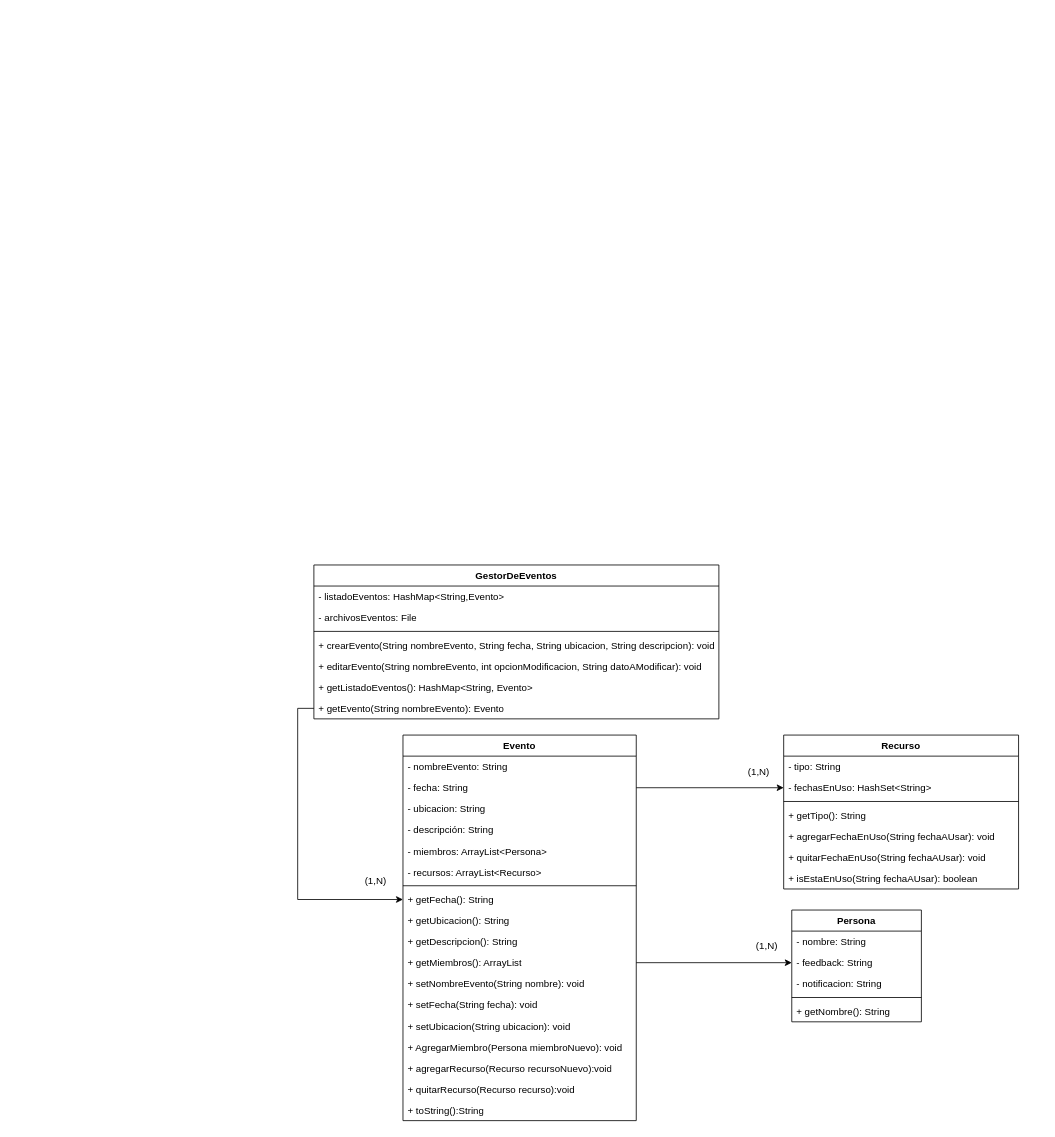
1tiagovalentini/TPO-INTEGRAL-POO keeps this draw.io diagram as DiagramaDeClases.drawio. Above is the earlier version. Source tidied: cells renumbered, new cells numbered last; positions are measured from the earlier drawing's top-left corner, leaving out a move shared by most shapes. Both pictures are drawn from the tidied source at 81%, with x=0, y=0 at pixel (313, 565).
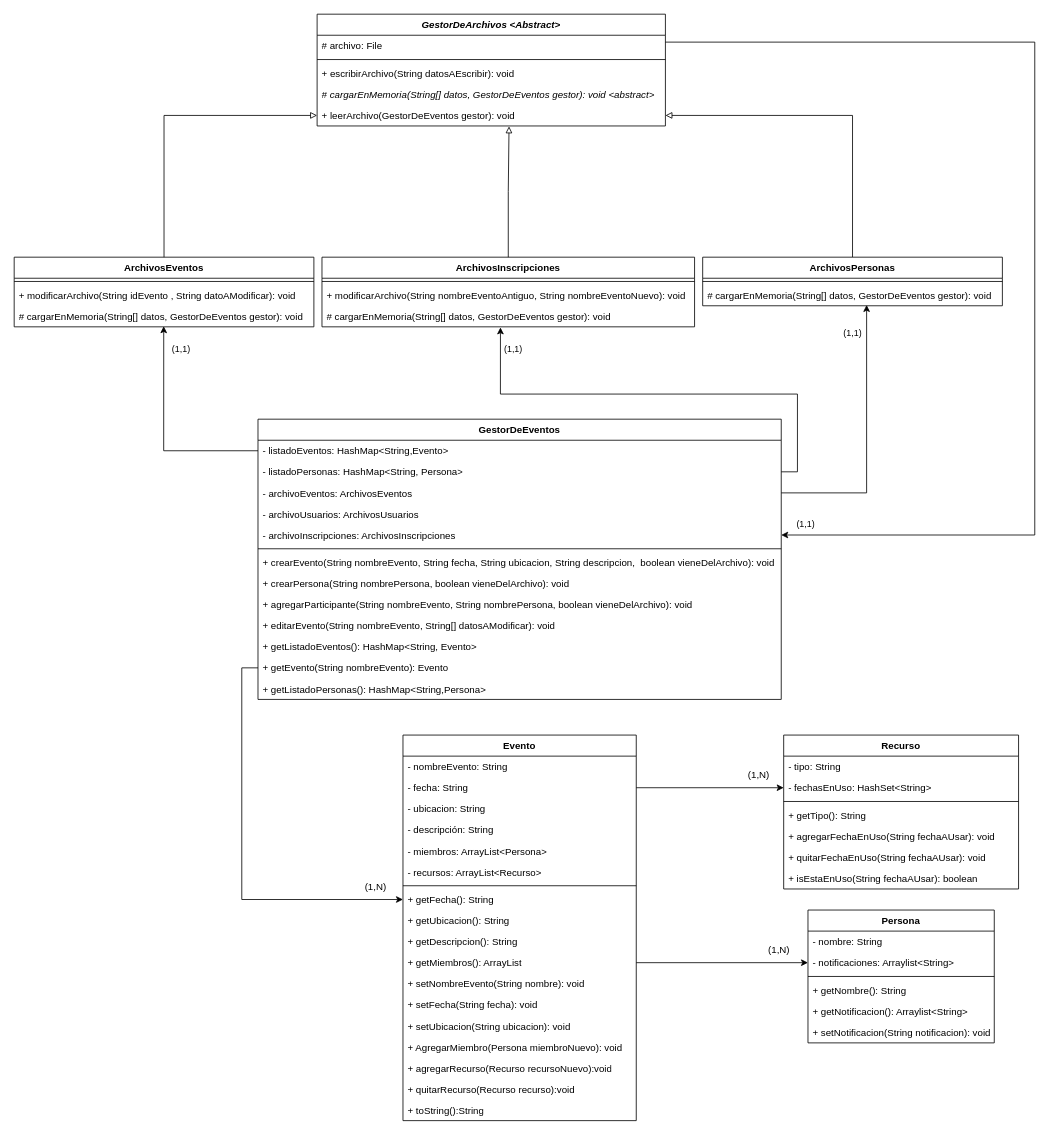
The same diagram, later.

Unchanged cells that the change refers to:
```xml
<mxCell id="13" value="+ getMiembros(): ArrayList" style="text;strokeColor=none;fillColor=none;align=left;verticalAlign=top;spacingLeft=4;spacingRight=4;overflow=hidden;points=[[0,0.5],[1,0.5]];portConstraint=eastwest;whiteSpace=wrap;html=1;" parent="2" vertex="1">
  <mxGeometry y="268" width="288" height="26" as="geometry" />
</mxCell>
```

The edit, as a diff of the source:
```diff
@@
     <mxCell id="21" value="Persona" style="swimlane;fontStyle=1;align=center;verticalAlign=top;horizontal=1;startSize=26;whiteSpace=wrap;html=1;" parent="1" vertex="1">
-      <mxGeometry x="590" y="426" width="160" height="138" as="geometry" />
+      <mxGeometry x="610" y="426" width="230" height="164" as="geometry" />
     </mxCell>
     <mxCell id="22" value="- nombre: String" style="text;strokeColor=none;fillColor=none;align=left;verticalAlign=top;spacingLeft=4;spacingRight=4;overflow=hidden;whiteSpace=wrap;html=1;" parent="21" vertex="1">
-      <mxGeometry y="26" width="160" height="26" as="geometry" />
+      <mxGeometry y="26" width="230" height="26" as="geometry" />
     </mxCell>
-    <mxCell id="23" value="- feedback: String" style="text;strokeColor=none;fillColor=none;align=left;verticalAlign=top;spacingLeft=4;spacingRight=4;overflow=hidden;points=[[0,0.5],[1,0.5]];portConstraint=eastwest;whiteSpace=wrap;html=1;" parent="21" vertex="1">
-      <mxGeometry y="52" width="160" height="26" as="geometry" />
-    </mxCell>
-    <mxCell id="24" value="- notificacion: String" style="text;strokeColor=none;fillColor=none;align=left;verticalAlign=top;spacingLeft=4;spacingRight=4;overflow=hidden;points=[[0,0.5],[1,0.5]];portConstraint=eastwest;whiteSpace=wrap;html=1;" parent="21" vertex="1">
-      <mxGeometry y="78" width="160" height="26" as="geometry" />
+    <mxCell id="24" value="- notificaciones: Arraylist&amp;lt;String&amp;gt;" style="text;strokeColor=none;fillColor=none;align=left;verticalAlign=top;spacingLeft=4;spacingRight=4;overflow=hidden;points=[[0,0.5],[1,0.5]];portConstraint=eastwest;whiteSpace=wrap;html=1;" parent="21" vertex="1">
+      <mxGeometry y="52" width="230" height="26" as="geometry" />
     </mxCell>
     <mxCell id="25" style="line;strokeWidth=1;fillColor=none;align=left;verticalAlign=middle;spacingTop=-1;spacingLeft=3;spacingRight=3;labelPosition=right;strokeColor=inherit;" parent="21" vertex="1">
-      <mxGeometry y="104" width="160" height="8" as="geometry" />
+      <mxGeometry y="78" width="230" height="8" as="geometry" />
     </mxCell>
     <mxCell id="26" value="+ getNombre(): String" style="text;strokeColor=none;fillColor=none;align=left;verticalAlign=top;spacingLeft=4;spacingRight=4;overflow=hidden;whiteSpace=wrap;html=1;" parent="21" vertex="1">
-      <mxGeometry y="112" width="160" height="26" as="geometry" />
+      <mxGeometry y="86" width="230" height="26" as="geometry" />
     </mxCell>
+    <mxCell id="49" value="+ getNotificacion(): Arraylist&amp;lt;String&amp;gt;" style="text;strokeColor=none;fillColor=none;align=left;verticalAlign=top;spacingLeft=4;spacingRight=4;overflow=hidden;whiteSpace=wrap;html=1;" parent="21" vertex="1">
+      <mxGeometry y="112" width="230" height="26" as="geometry" />
+    </mxCell>
+    <mxCell id="50" value="+ setNotificacion(String notificacion): void" style="text;strokeColor=none;fillColor=none;align=left;verticalAlign=top;spacingLeft=4;spacingRight=4;overflow=hidden;whiteSpace=wrap;html=1;" parent="21" vertex="1">
+      <mxGeometry y="138" width="230" height="26" as="geometry" />
+    </mxCell>
@@
     <mxCell id="36" value="GestorDeEventos" style="swimlane;fontStyle=1;align=center;verticalAlign=top;horizontal=1;startSize=26;whiteSpace=wrap;html=1;" parent="1" vertex="1">
-      <mxGeometry width="500" height="190" as="geometry" />
+      <mxGeometry x="-69" y="-180" width="646" height="346" as="geometry" />
     </mxCell>
     <mxCell id="37" value="- listadoEventos: HashMap&amp;lt;String,Evento&amp;gt;" style="text;strokeColor=none;fillColor=none;align=left;verticalAlign=top;spacingLeft=4;spacingRight=4;overflow=hidden;points=[[0,0.5],[1,0.5]];portConstraint=eastwest;whiteSpace=wrap;html=1;" parent="36" vertex="1">
-      <mxGeometry y="26" width="500" height="26" as="geometry" />
+      <mxGeometry y="26" width="646" height="26" as="geometry" />
     </mxCell>
+    <mxCell id="51" value="- listadoPersonas: HashMap&amp;lt;String, Persona&amp;gt;" style="text;strokeColor=none;fillColor=none;align=left;verticalAlign=top;spacingLeft=4;spacingRight=4;overflow=hidden;points=[[0,0.5],[1,0.5]];portConstraint=eastwest;whiteSpace=wrap;html=1;" parent="36" vertex="1">
+      <mxGeometry y="52" width="646" height="26" as="geometry" />
+    </mxCell>
-    <mxCell id="38" value="- archivosEventos: File" style="text;strokeColor=none;fillColor=none;align=left;verticalAlign=top;spacingLeft=4;spacingRight=4;overflow=hidden;points=[[0,0.5],[1,0.5]];portConstraint=eastwest;whiteSpace=wrap;html=1;" parent="36" vertex="1">
-      <mxGeometry y="52" width="500" height="26" as="geometry" />
+    <mxCell id="38" value="- archivoEventos: ArchivosEventos" style="text;strokeColor=none;fillColor=none;align=left;verticalAlign=top;spacingLeft=4;spacingRight=4;overflow=hidden;points=[[0,0.5],[1,0.5]];portConstraint=eastwest;whiteSpace=wrap;html=1;" parent="36" vertex="1">
+      <mxGeometry y="78" width="646" height="26" as="geometry" />
     </mxCell>
+    <mxCell id="52" value="- archivoUsuarios: ArchivosUsuarios" style="text;strokeColor=none;fillColor=none;align=left;verticalAlign=top;spacingLeft=4;spacingRight=4;overflow=hidden;whiteSpace=wrap;html=1;" parent="36" vertex="1">
+      <mxGeometry y="104" width="646" height="26" as="geometry" />
+    </mxCell>
+    <mxCell id="53" value="- archivoInscripciones: ArchivosInscripciones" style="text;strokeColor=none;fillColor=none;align=left;verticalAlign=top;spacingLeft=4;spacingRight=4;overflow=hidden;points=[[0,0.5],[1,0.5]];portConstraint=eastwest;whiteSpace=wrap;html=1;" parent="36" vertex="1">
+      <mxGeometry y="130" width="646" height="26" as="geometry" />
+    </mxCell>
     <mxCell id="39" style="line;strokeWidth=1;fillColor=none;align=left;verticalAlign=middle;spacingTop=-1;spacingLeft=3;spacingRight=3;labelPosition=right;strokeColor=inherit;" parent="36" vertex="1">
-      <mxGeometry y="78" width="500" height="8" as="geometry" />
+      <mxGeometry y="156" width="646" height="8" as="geometry" />
     </mxCell>
-    <mxCell id="40" value="+ crearEvento(String nombreEvento, String fecha, String ubicacion, String descripcion): void" style="text;strokeColor=none;fillColor=none;align=left;verticalAlign=top;spacingLeft=4;spacingRight=4;overflow=hidden;whiteSpace=wrap;html=1;" parent="36" vertex="1">
-      <mxGeometry y="86" width="500" height="26" as="geometry" />
+    <mxCell id="40" value="+ crearEvento(String nombreEvento, String fecha, String ubicacion, String descripcion,&amp;nbsp; boolean vieneDelArchivo): void" style="text;strokeColor=none;fillColor=none;align=left;verticalAlign=top;spacingLeft=4;spacingRight=4;overflow=hidden;whiteSpace=wrap;html=1;" parent="36" vertex="1">
+      <mxGeometry y="164" width="646" height="26" as="geometry" />
     </mxCell>
+    <mxCell id="54" value="+ crearPersona(String nombrePersona, boolean vieneDelArchivo): void&amp;nbsp;" style="text;strokeColor=none;fillColor=none;align=left;verticalAlign=top;spacingLeft=4;spacingRight=4;overflow=hidden;whiteSpace=wrap;html=1;" parent="36" vertex="1">
+      <mxGeometry y="190" width="646" height="26" as="geometry" />
+    </mxCell>
+    <mxCell id="55" value="+ agregarParticipante(String nombreEvento, String nombrePersona, boolean vieneDelArchivo): void&amp;nbsp;" style="text;strokeColor=none;fillColor=none;align=left;verticalAlign=top;spacingLeft=4;spacingRight=4;overflow=hidden;whiteSpace=wrap;html=1;" parent="36" vertex="1">
+      <mxGeometry y="216" width="646" height="26" as="geometry" />
+    </mxCell>
-    <mxCell id="41" value="+&amp;nbsp;editarEvento(String nombreEvento, int opcionModificacion, String datoAModificar): void" style="text;strokeColor=none;fillColor=none;align=left;verticalAlign=top;spacingLeft=4;spacingRight=4;overflow=hidden;whiteSpace=wrap;html=1;" parent="36" vertex="1">
-      <mxGeometry y="112" width="500" height="26" as="geometry" />
+    <mxCell id="41" value="+&amp;nbsp;editarEvento(String nombreEvento, String[] datosAModificar): void" style="text;strokeColor=none;fillColor=none;align=left;verticalAlign=top;spacingLeft=4;spacingRight=4;overflow=hidden;whiteSpace=wrap;html=1;" parent="36" vertex="1">
+      <mxGeometry y="242" width="646" height="26" as="geometry" />
     </mxCell>
     <mxCell id="42" value="+&amp;nbsp;getListadoEventos(): HashMap&amp;lt;String, Evento&amp;gt;" style="text;strokeColor=none;fillColor=none;align=left;verticalAlign=top;spacingLeft=4;spacingRight=4;overflow=hidden;whiteSpace=wrap;html=1;" parent="36" vertex="1">
-      <mxGeometry y="138" width="500" height="26" as="geometry" />
+      <mxGeometry y="268" width="646" height="26" as="geometry" />
     </mxCell>
     <mxCell id="43" value="+&amp;nbsp;getEvento(String nombreEvento): Evento" style="text;strokeColor=none;fillColor=none;align=left;verticalAlign=top;spacingLeft=4;spacingRight=4;overflow=hidden;points=[[0,0.5],[1,0.5]];portConstraint=eastwest;whiteSpace=wrap;html=1;" parent="36" vertex="1">
-      <mxGeometry y="164" width="500" height="26" as="geometry" />
+      <mxGeometry y="294" width="646" height="26" as="geometry" />
     </mxCell>
+    <mxCell id="56" value="+ getListadoPersonas(): HashMap&amp;lt;String,Persona&amp;gt;" style="text;strokeColor=none;fillColor=none;align=left;verticalAlign=top;spacingLeft=4;spacingRight=4;overflow=hidden;whiteSpace=wrap;html=1;" parent="36" vertex="1">
+      <mxGeometry y="320" width="646" height="26" as="geometry" />
+    </mxCell>
     <mxCell id="44" value="(1,N)" style="text;html=1;align=center;verticalAlign=middle;whiteSpace=wrap;rounded=0;fontFamily=Helvetica;fontSize=12;fontColor=default;labelBackgroundColor=none;" parent="1" vertex="1">
-      <mxGeometry x="60" y="380" width="32.5" height="20" as="geometry" />
+      <mxGeometry x="60" y="388" width="32.5" height="20" as="geometry" />
     </mxCell>
@@
-    <mxCell id="46" style="edgeStyle=orthogonalEdgeStyle;rounded=0;jettySize=auto;html=1;exitX=1;exitY=0.5;exitDx=0;exitDy=0;entryX=0;entryY=0.5;entryDx=0;entryDy=0;" parent="1" edge="1" source="13" target="23">
+    <mxCell id="46" style="edgeStyle=orthogonalEdgeStyle;rounded=0;jettySize=auto;html=1;exitX=1;exitY=0.5;exitDx=0;exitDy=0;entryX=0;entryY=0.5;entryDx=0;entryDy=0;" parent="1" edge="1" source="13" target="24">
       <mxGeometry relative="1" as="geometry" />
     </mxCell>
     <mxCell id="47" value="(1,N)" style="text;html=1;align=center;verticalAlign=middle;whiteSpace=wrap;rounded=0;fontFamily=Helvetica;fontSize=12;fontColor=default;labelBackgroundColor=none;" parent="1" vertex="1">
-      <mxGeometry x="543" y="460" width="32.5" height="20" as="geometry" />
+      <mxGeometry x="558" y="465" width="32.5" height="20" as="geometry" />
     </mxCell>
     <mxCell id="48" value="(1,N)" style="text;html=1;align=center;verticalAlign=middle;whiteSpace=wrap;rounded=0;fontFamily=Helvetica;fontSize=12;fontColor=default;labelBackgroundColor=none;" parent="1" vertex="1">
-      <mxGeometry x="533" y="246" width="32.5" height="20" as="geometry" />
+      <mxGeometry x="533" y="250" width="32.5" height="20" as="geometry" />
     </mxCell>
+    <mxCell id="57" style="edgeStyle=orthogonalEdgeStyle;shape=connector;rounded=0;jettySize=auto;html=1;exitX=1;exitY=0.25;exitDx=0;exitDy=0;entryX=1;entryY=0.5;entryDx=0;entryDy=0;strokeColor=default;align=center;verticalAlign=middle;fontFamily=Helvetica;fontSize=11;fontColor=default;labelBackgroundColor=default;endArrow=classic;endFill=1;" parent="1" edge="1" source="58" target="53">
+      <mxGeometry relative="1" as="geometry">
+        <Array as="points">
+          <mxPoint x="890" y="-646" />
+          <mxPoint x="890" y="-37" />
+        </Array>
+      </mxGeometry>
+    </mxCell>
+    <mxCell id="58" value="&lt;i&gt;GestorDeArchivos &amp;lt;Abstract&amp;gt;&lt;/i&gt;" style="swimlane;fontStyle=1;align=center;verticalAlign=top;horizontal=1;startSize=26;whiteSpace=wrap;html=1;" parent="1" vertex="1">
+      <mxGeometry x="4" y="-680" width="430" height="138" as="geometry" />
+    </mxCell>
+    <mxCell id="59" value="# archivo: File" style="text;strokeColor=none;fillColor=none;align=left;verticalAlign=top;spacingLeft=4;spacingRight=4;overflow=hidden;whiteSpace=wrap;html=1;" parent="58" vertex="1">
+      <mxGeometry y="26" width="430" height="26" as="geometry" />
+    </mxCell>
+    <mxCell id="60" style="line;strokeWidth=1;fillColor=none;align=left;verticalAlign=middle;spacingTop=-1;spacingLeft=3;spacingRight=3;labelPosition=right;strokeColor=inherit;" parent="58" vertex="1">
+      <mxGeometry y="52" width="430" height="8" as="geometry" />
+    </mxCell>
+    <mxCell id="61" value="+ escribirArchivo(String datosAEscribir): void" style="text;strokeColor=none;fillColor=none;align=left;verticalAlign=top;spacingLeft=4;spacingRight=4;overflow=hidden;whiteSpace=wrap;html=1;" parent="58" vertex="1">
+      <mxGeometry y="60" width="430" height="26" as="geometry" />
+    </mxCell>
+    <mxCell id="62" value="&lt;i&gt;# cargarEnMemoria(String[] datos, GestorDeEventos gestor): void &amp;lt;abstract&amp;gt;&lt;/i&gt;" style="text;strokeColor=none;fillColor=none;align=left;verticalAlign=top;spacingLeft=4;spacingRight=4;overflow=hidden;whiteSpace=wrap;html=1;" parent="58" vertex="1">
+      <mxGeometry y="86" width="430" height="26" as="geometry" />
+    </mxCell>
+    <mxCell id="63" value="+ leerArchivo(GestorDeEventos gestor): void" style="text;strokeColor=none;fillColor=none;align=left;verticalAlign=top;spacingLeft=4;spacingRight=4;overflow=hidden;points=[[0,0.5],[1,0.5]];portConstraint=eastwest;whiteSpace=wrap;html=1;" parent="58" vertex="1">
+      <mxGeometry y="112" width="430" height="26" as="geometry" />
+    </mxCell>
+    <mxCell id="64" value="ArchivosEventos" style="swimlane;fontStyle=1;align=center;verticalAlign=top;horizontal=1;startSize=26;whiteSpace=wrap;html=1;" parent="1" vertex="1">
+      <mxGeometry x="-370" y="-380" width="370" height="86" as="geometry" />
+    </mxCell>
+    <mxCell id="65" style="line;strokeWidth=1;fillColor=none;align=left;verticalAlign=middle;spacingTop=-1;spacingLeft=3;spacingRight=3;labelPosition=right;strokeColor=inherit;" parent="64" vertex="1">
+      <mxGeometry y="26" width="370" height="8" as="geometry" />
+    </mxCell>
+    <mxCell id="66" value="+ modificarArchivo(String idEvento , String datoAModificar): void" style="text;strokeColor=none;fillColor=none;align=left;verticalAlign=top;spacingLeft=4;spacingRight=4;overflow=hidden;whiteSpace=wrap;html=1;" parent="64" vertex="1">
+      <mxGeometry y="34" width="370" height="26" as="geometry" />
+    </mxCell>
+    <mxCell id="67" value="# cargarEnMemoria(String[] datos, GestorDeEventos gestor): void&amp;nbsp;" style="text;strokeColor=none;fillColor=none;align=left;verticalAlign=top;spacingLeft=4;spacingRight=4;overflow=hidden;points=[[0,0.5],[1,0.5]];portConstraint=eastwest;whiteSpace=wrap;html=1;" parent="64" vertex="1">
+      <mxGeometry y="60" width="370" height="26" as="geometry" />
+    </mxCell>
+    <mxCell id="68" style="edgeStyle=orthogonalEdgeStyle;rounded=0;jettySize=auto;html=1;exitX=0.5;exitY=0;exitDx=0;exitDy=0;entryX=0;entryY=0.5;entryDx=0;entryDy=0;endArrow=block;endFill=0;" parent="1" edge="1" source="64" target="63">
+      <mxGeometry relative="1" as="geometry" />
+    </mxCell>
+    <mxCell id="69" value="ArchivosInscripciones" style="swimlane;fontStyle=1;align=center;verticalAlign=top;horizontal=1;startSize=26;whiteSpace=wrap;html=1;" parent="1" vertex="1">
+      <mxGeometry x="10" y="-380" width="460" height="86" as="geometry" />
+    </mxCell>
+    <mxCell id="70" style="line;strokeWidth=1;fillColor=none;align=left;verticalAlign=middle;spacingTop=-1;spacingLeft=3;spacingRight=3;labelPosition=right;strokeColor=inherit;" parent="69" vertex="1">
+      <mxGeometry y="26" width="460" height="8" as="geometry" />
+    </mxCell>
+    <mxCell id="71" value="+ modificarArchivo(String nombreEventoAntiguo, String nombreEventoNuevo): void" style="text;strokeColor=none;fillColor=none;align=left;verticalAlign=top;spacingLeft=4;spacingRight=4;overflow=hidden;whiteSpace=wrap;html=1;" parent="69" vertex="1">
+      <mxGeometry y="34" width="460" height="26" as="geometry" />
+    </mxCell>
+    <mxCell id="72" value="# cargarEnMemoria(String[] datos, GestorDeEventos gestor): void&amp;nbsp;" style="text;strokeColor=none;fillColor=none;align=left;verticalAlign=top;spacingLeft=4;spacingRight=4;overflow=hidden;points=[[0,0.5],[1,0.5]];portConstraint=eastwest;whiteSpace=wrap;html=1;" parent="69" vertex="1">
+      <mxGeometry y="60" width="460" height="26" as="geometry" />
+    </mxCell>
+    <mxCell id="73" style="edgeStyle=orthogonalEdgeStyle;shape=connector;rounded=0;jettySize=auto;html=1;exitX=0.5;exitY=0;exitDx=0;exitDy=0;entryX=1;entryY=0.5;entryDx=0;entryDy=0;strokeColor=default;align=center;verticalAlign=middle;fontFamily=Helvetica;fontSize=11;fontColor=default;labelBackgroundColor=default;endArrow=block;endFill=0;" parent="1" edge="1" source="74" target="63">
+      <mxGeometry relative="1" as="geometry" />
+    </mxCell>
+    <mxCell id="74" value="ArchivosPersonas" style="swimlane;fontStyle=1;align=center;verticalAlign=top;horizontal=1;startSize=26;whiteSpace=wrap;html=1;" parent="1" vertex="1">
+      <mxGeometry x="480" y="-380" width="370" height="60" as="geometry" />
+    </mxCell>
+    <mxCell id="75" style="line;strokeWidth=1;fillColor=none;align=left;verticalAlign=middle;spacingTop=-1;spacingLeft=3;spacingRight=3;labelPosition=right;strokeColor=inherit;" parent="74" vertex="1">
+      <mxGeometry y="26" width="370" height="8" as="geometry" />
+    </mxCell>
+    <mxCell id="76" value="# cargarEnMemoria(String[] datos, GestorDeEventos gestor): void&amp;nbsp;" style="text;strokeColor=none;fillColor=none;align=left;verticalAlign=top;spacingLeft=4;spacingRight=4;overflow=hidden;points=[[0,0.5],[1,0.5]];portConstraint=eastwest;whiteSpace=wrap;html=1;" parent="74" vertex="1">
+      <mxGeometry y="34" width="370" height="26" as="geometry" />
+    </mxCell>
+    <mxCell id="77" style="edgeStyle=orthogonalEdgeStyle;shape=connector;rounded=0;jettySize=auto;html=1;exitX=0.5;exitY=0;exitDx=0;exitDy=0;entryX=0.551;entryY=1.019;entryDx=0;entryDy=0;entryPerimeter=0;strokeColor=default;align=center;verticalAlign=middle;fontFamily=Helvetica;fontSize=11;fontColor=default;labelBackgroundColor=default;endArrow=block;endFill=0;" parent="1" edge="1" source="69" target="63">
+      <mxGeometry relative="1" as="geometry" />
+    </mxCell>
+    <mxCell id="78" style="edgeStyle=orthogonalEdgeStyle;shape=connector;rounded=0;jettySize=auto;html=1;exitX=0;exitY=0.5;exitDx=0;exitDy=0;entryX=0.499;entryY=0.971;entryDx=0;entryDy=0;entryPerimeter=0;strokeColor=default;align=center;verticalAlign=middle;fontFamily=Helvetica;fontSize=11;fontColor=default;labelBackgroundColor=default;endArrow=classic;endFill=1;" parent="1" edge="1" source="37" target="67">
+      <mxGeometry relative="1" as="geometry" />
+    </mxCell>
+    <mxCell id="79" style="edgeStyle=orthogonalEdgeStyle;shape=connector;rounded=0;jettySize=auto;html=1;exitX=1;exitY=0.5;exitDx=0;exitDy=0;entryX=0.479;entryY=1.028;entryDx=0;entryDy=0;entryPerimeter=0;strokeColor=default;align=center;verticalAlign=middle;fontFamily=Helvetica;fontSize=11;fontColor=default;labelBackgroundColor=default;endArrow=classic;endFill=1;" parent="1" edge="1" source="51" target="72">
+      <mxGeometry relative="1" as="geometry" />
+    </mxCell>
+    <mxCell id="80" style="edgeStyle=orthogonalEdgeStyle;shape=connector;rounded=0;jettySize=auto;html=1;exitX=1;exitY=0.5;exitDx=0;exitDy=0;entryX=0.547;entryY=0.962;entryDx=0;entryDy=0;entryPerimeter=0;strokeColor=default;align=center;verticalAlign=middle;fontFamily=Helvetica;fontSize=11;fontColor=default;labelBackgroundColor=default;endArrow=classic;endFill=1;" parent="1" edge="1" source="38" target="76">
+      <mxGeometry relative="1" as="geometry" />
+    </mxCell>
+    <mxCell id="81" value="(1,1)" style="text;html=1;align=center;verticalAlign=middle;whiteSpace=wrap;rounded=0;fontFamily=Helvetica;fontSize=11;fontColor=default;labelBackgroundColor=default;" parent="1" vertex="1">
+      <mxGeometry x="230" y="-276" width="32.5" height="20" as="geometry" />
+    </mxCell>
+    <mxCell id="82" value="(1,1)" style="text;html=1;align=center;verticalAlign=middle;whiteSpace=wrap;rounded=0;fontFamily=Helvetica;fontSize=11;fontColor=default;labelBackgroundColor=default;" parent="1" vertex="1">
+      <mxGeometry x="-180" y="-276" width="32.5" height="20" as="geometry" />
+    </mxCell>
+    <mxCell id="83" value="(1,1)" style="text;html=1;align=center;verticalAlign=middle;whiteSpace=wrap;rounded=0;fontFamily=Helvetica;fontSize=11;fontColor=default;labelBackgroundColor=default;" parent="1" vertex="1">
+      <mxGeometry x="648.8" y="-296" width="32.5" height="20" as="geometry" />
+    </mxCell>
+    <mxCell id="84" value="(1,1)" style="text;html=1;align=center;verticalAlign=middle;whiteSpace=wrap;rounded=0;fontFamily=Helvetica;fontSize=11;fontColor=default;labelBackgroundColor=default;" parent="1" vertex="1">
+      <mxGeometry x="590.5" y="-60" width="32.5" height="20" as="geometry" />
+    </mxCell>
```
